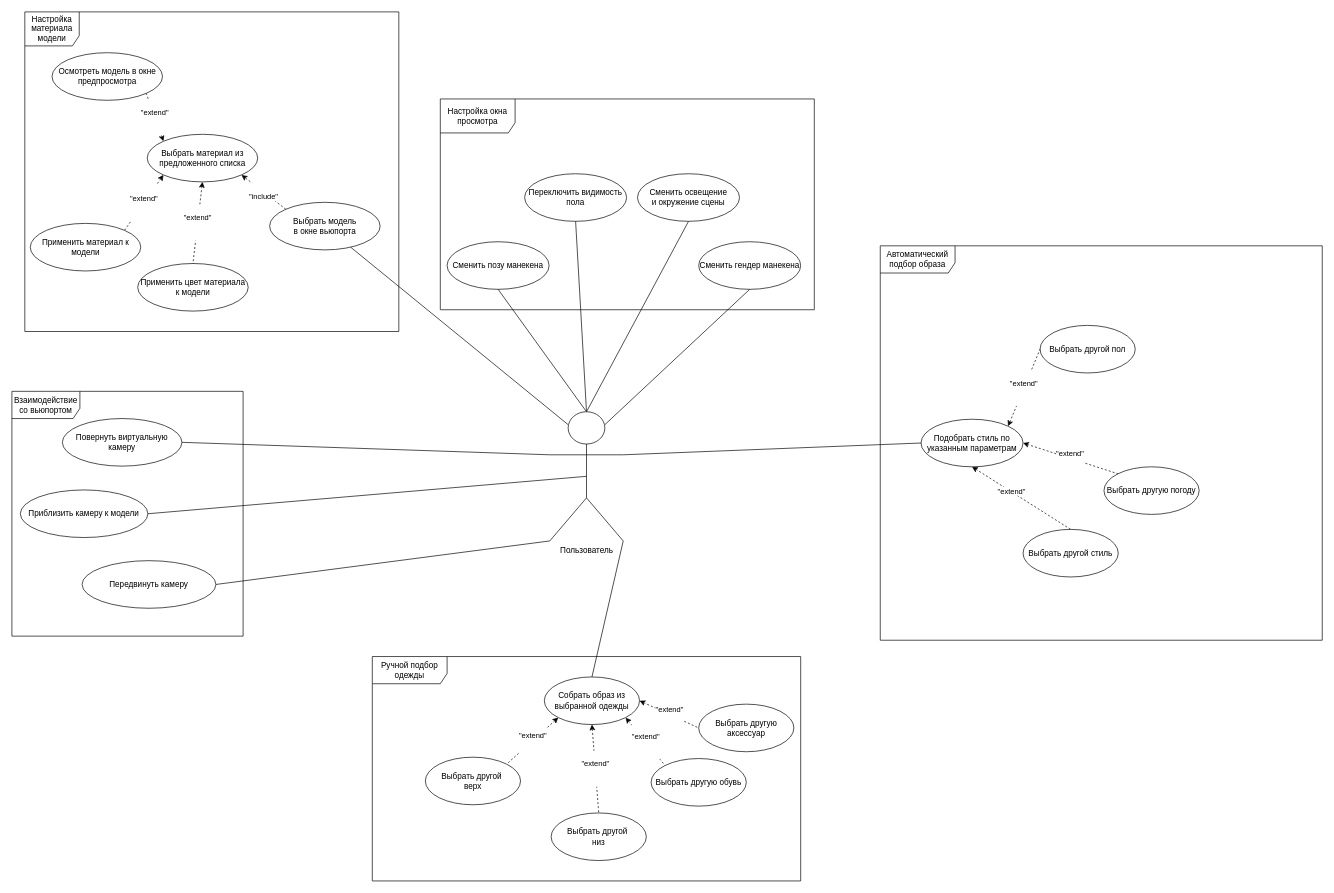
This is Docs/UseCase.drawio from TimmyChannel/Your-Own-Stylits, a draw.io file, before an edit. Source tidied: cells renumbered, new cells numbered last; positions are measured from the earlier drawing's top-left corner, leaving out a move shared by most shapes. Both pictures are drawn from the tidied source at 68%, with x=0, y=0 at pixel (12, 12).
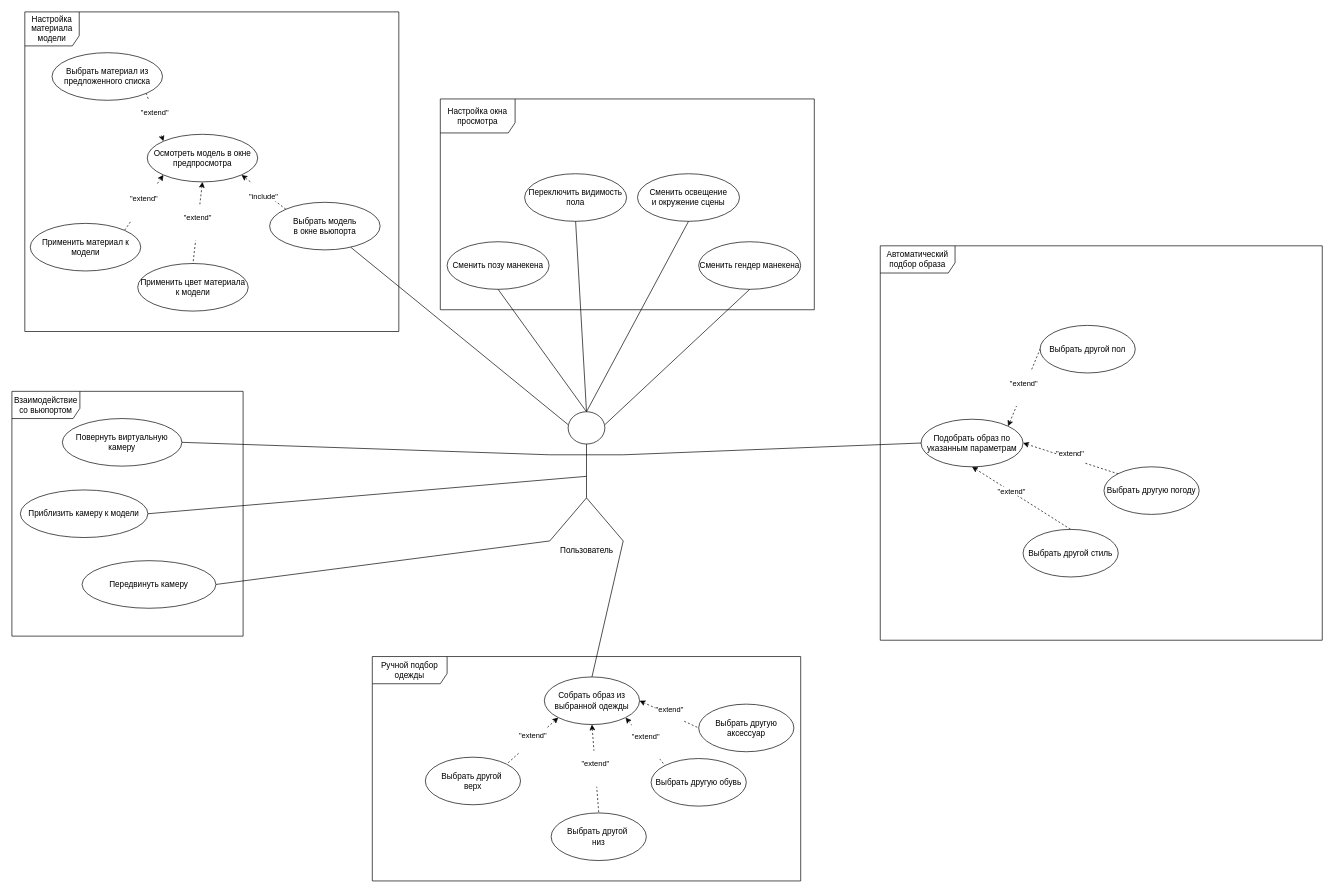
The same page after the edit.

Commit message:
Use Case Changes

The change refers to these unchanged cells:
```xml
<mxCell id="17" value="Автоматический подбор образа" style="shape=umlFrame;whiteSpace=wrap;html=1;width=110;height=40;" parent="1" vertex="1">
  <mxGeometry x="1277" y="344" width="650" height="580" as="geometry" />
</mxCell>
<mxCell id="37" value="Настройка материала модели" style="shape=umlFrame;whiteSpace=wrap;html=1;width=80;height=50;" parent="1" vertex="1">
  <mxGeometry x="19" width="550" height="470" as="geometry" />
</mxCell>
```

The edit, as a diff of the source:
```diff
@@
-    <mxCell id="25" value="Подобрать стиль по указанным параметрам" style="ellipse;whiteSpace=wrap;html=1;" parent="17" vertex="1">
+    <mxCell id="25" value="Подобрать образ по указанным параметрам" style="ellipse;whiteSpace=wrap;html=1;" parent="17" vertex="1">
       <mxGeometry x="60" y="255" width="150" height="70" as="geometry" />
     </mxCell>
@@
-    <mxCell id="40" value="Осмотреть модель в окне предпросмотра" style="ellipse;whiteSpace=wrap;html=1;" parent="37" vertex="1">
+    <mxCell id="40" value="Выбрать материал из предложенного списка" style="ellipse;whiteSpace=wrap;html=1;" parent="37" vertex="1">
       <mxGeometry x="40" y="60" width="162.5" height="70" as="geometry" />
     </mxCell>
@@
-    <mxCell id="44" value="Выбрать материал из предложенного списка" style="ellipse;whiteSpace=wrap;html=1;" parent="37" vertex="1">
+    <mxCell id="44" value="Осмотреть модель в окне предпросмотра" style="ellipse;whiteSpace=wrap;html=1;" parent="37" vertex="1">
       <mxGeometry x="180" y="180" width="162.5" height="70" as="geometry" />
     </mxCell>
```
